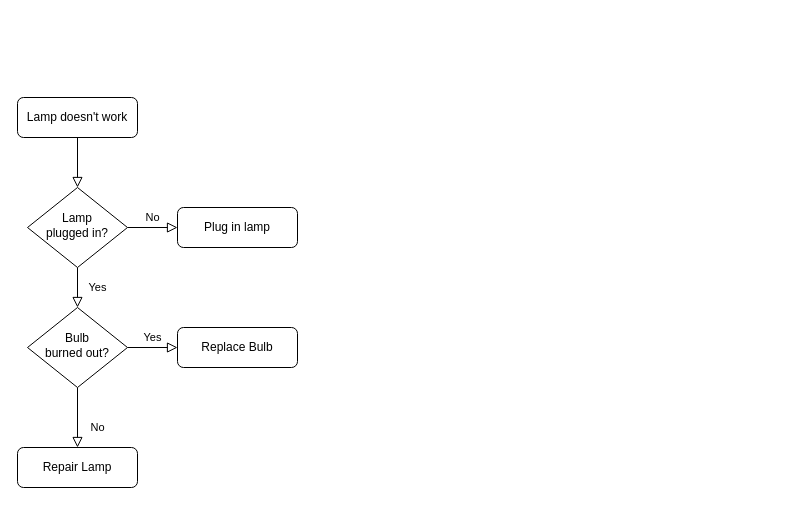
This is 分布式事务.drawio from Allen9797/WorkZone, a draw.io file, before an edit. Source tidied: cells renumbered, new cells numbered last; positions are measured from the earlier drawing's top-left corner, leaving out a move shared by most shapes. Both pictures are drawn from the tidied source at 100%, with x=0, y=0 at pixel (17, 97).
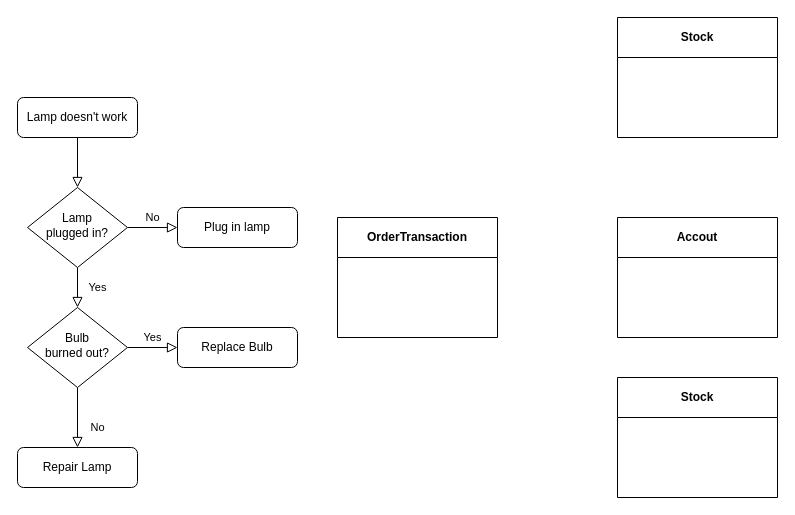
After the change.

Commit message:
更新分布式事务.drawio

What changed in the source:
```diff
@@
 <mxGraphModel>
   <root>
     <mxCell id="0" />
     <mxCell id="1" parent="0" />
     <mxCell id="2" style="rounded=0;html=1;jettySize=auto;fontSize=11;endArrow=block;endFill=0;endSize=8;strokeWidth=1;shadow=0;labelBackgroundColor=none;edgeStyle=orthogonalEdgeStyle;" parent="1" edge="1" source="3" target="6">
       <mxGeometry relative="1" as="geometry" />
     </mxCell>
     <mxCell id="3" value="Lamp doesn't work" style="rounded=1;whiteSpace=wrap;html=1;fontSize=12;glass=0;strokeWidth=1;shadow=0;" parent="1" vertex="1">
       <mxGeometry width="120" height="40" as="geometry" />
     </mxCell>
     <mxCell id="4" value="Yes" style="rounded=0;html=1;jettySize=auto;fontSize=11;endArrow=block;endFill=0;endSize=8;strokeWidth=1;shadow=0;labelBackgroundColor=none;edgeStyle=orthogonalEdgeStyle;" parent="1" edge="1" source="6" target="10">
       <mxGeometry y="20" relative="1" as="geometry" />
     </mxCell>
     <mxCell id="5" value="No" style="edgeStyle=orthogonalEdgeStyle;rounded=0;html=1;jettySize=auto;fontSize=11;endArrow=block;endFill=0;endSize=8;strokeWidth=1;shadow=0;labelBackgroundColor=none;" parent="1" edge="1" source="6" target="7">
       <mxGeometry y="10" relative="1" as="geometry" />
     </mxCell>
     <mxCell id="6" value="Lamp&lt;br&gt;plugged in?" style="rhombus;whiteSpace=wrap;html=1;shadow=0;fontFamily=Helvetica;fontSize=12;align=center;strokeWidth=1;spacing=6;spacingTop=-4;" parent="1" vertex="1">
       <mxGeometry x="10" y="90" width="100" height="80" as="geometry" />
     </mxCell>
     <mxCell id="7" value="Plug in lamp" style="rounded=1;whiteSpace=wrap;html=1;fontSize=12;glass=0;strokeWidth=1;shadow=0;" parent="1" vertex="1">
       <mxGeometry x="160" y="110" width="120" height="40" as="geometry" />
     </mxCell>
     <mxCell id="8" value="No" style="rounded=0;html=1;jettySize=auto;fontSize=11;endArrow=block;endFill=0;endSize=8;strokeWidth=1;shadow=0;labelBackgroundColor=none;edgeStyle=orthogonalEdgeStyle;" parent="1" edge="1" source="10" target="11">
       <mxGeometry x="0.33" y="20" relative="1" as="geometry" />
     </mxCell>
     <mxCell id="9" value="Yes" style="edgeStyle=orthogonalEdgeStyle;rounded=0;html=1;jettySize=auto;fontSize=11;endArrow=block;endFill=0;endSize=8;strokeWidth=1;shadow=0;labelBackgroundColor=none;" parent="1" edge="1" source="10" target="12">
       <mxGeometry y="10" relative="1" as="geometry" />
     </mxCell>
     <mxCell id="10" value="Bulb&lt;br&gt;burned out?" style="rhombus;whiteSpace=wrap;html=1;shadow=0;fontFamily=Helvetica;fontSize=12;align=center;strokeWidth=1;spacing=6;spacingTop=-4;" parent="1" vertex="1">
       <mxGeometry x="10" y="210" width="100" height="80" as="geometry" />
     </mxCell>
     <mxCell id="11" value="Repair Lamp" style="rounded=1;whiteSpace=wrap;html=1;fontSize=12;glass=0;strokeWidth=1;shadow=0;" parent="1" vertex="1">
       <mxGeometry y="350" width="120" height="40" as="geometry" />
     </mxCell>
     <mxCell id="12" value="Replace Bulb" style="rounded=1;whiteSpace=wrap;html=1;fontSize=12;glass=0;strokeWidth=1;shadow=0;" parent="1" vertex="1">
       <mxGeometry x="160" y="230" width="120" height="40" as="geometry" />
     </mxCell>
+    <mxCell id="13" value="OrderTransaction" style="swimlane;whiteSpace=wrap;html=1;startSize=40;" parent="1" vertex="1">
+      <mxGeometry x="320" y="120" width="160" height="120" as="geometry" />
+    </mxCell>
+    <mxCell id="14" value="Accout" style="swimlane;whiteSpace=wrap;html=1;startSize=40;" parent="1" vertex="1">
+      <mxGeometry x="600" y="120" width="160" height="120" as="geometry" />
+    </mxCell>
+    <mxCell id="15" value="Stock" style="swimlane;whiteSpace=wrap;html=1;startSize=40;" parent="1" vertex="1">
+      <mxGeometry x="600" y="-80" width="160" height="120" as="geometry" />
+    </mxCell>
+    <mxCell id="16" value="Stock" style="swimlane;whiteSpace=wrap;html=1;startSize=40;" parent="1" vertex="1">
+      <mxGeometry x="600" y="280" width="160" height="120" as="geometry" />
+    </mxCell>
   </root>
 </mxGraphModel>
```
